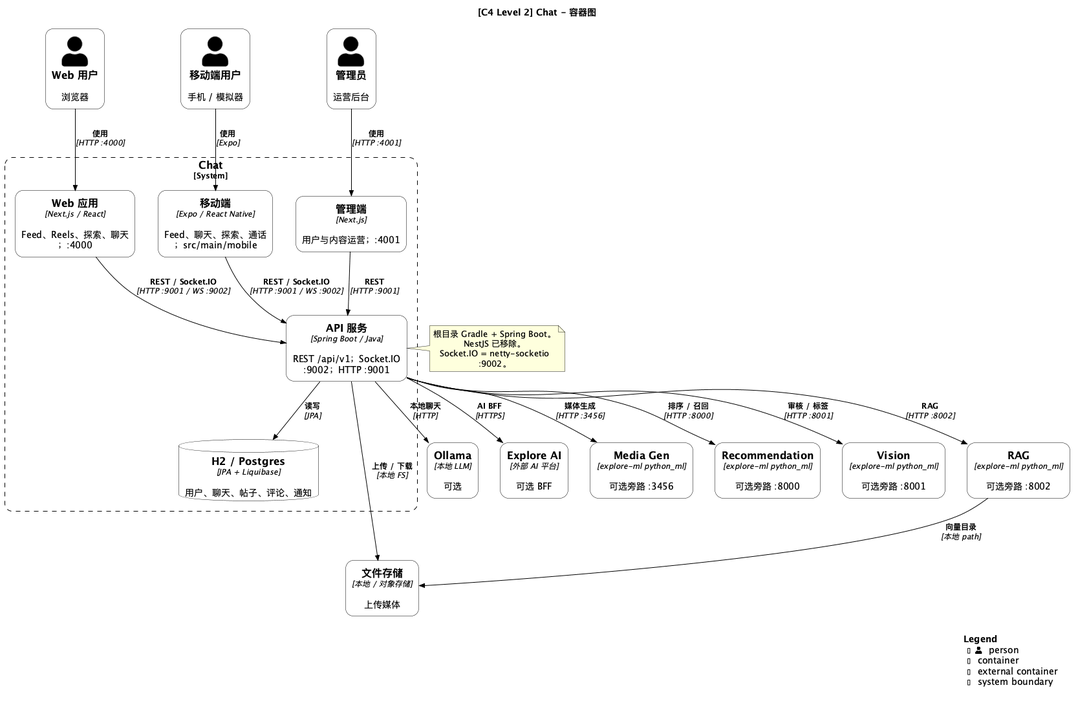
Before: docs/developer/c4-model/png/C2-Container.png, a diagram exported from PlantUML (felixzhu97/explore-chat).
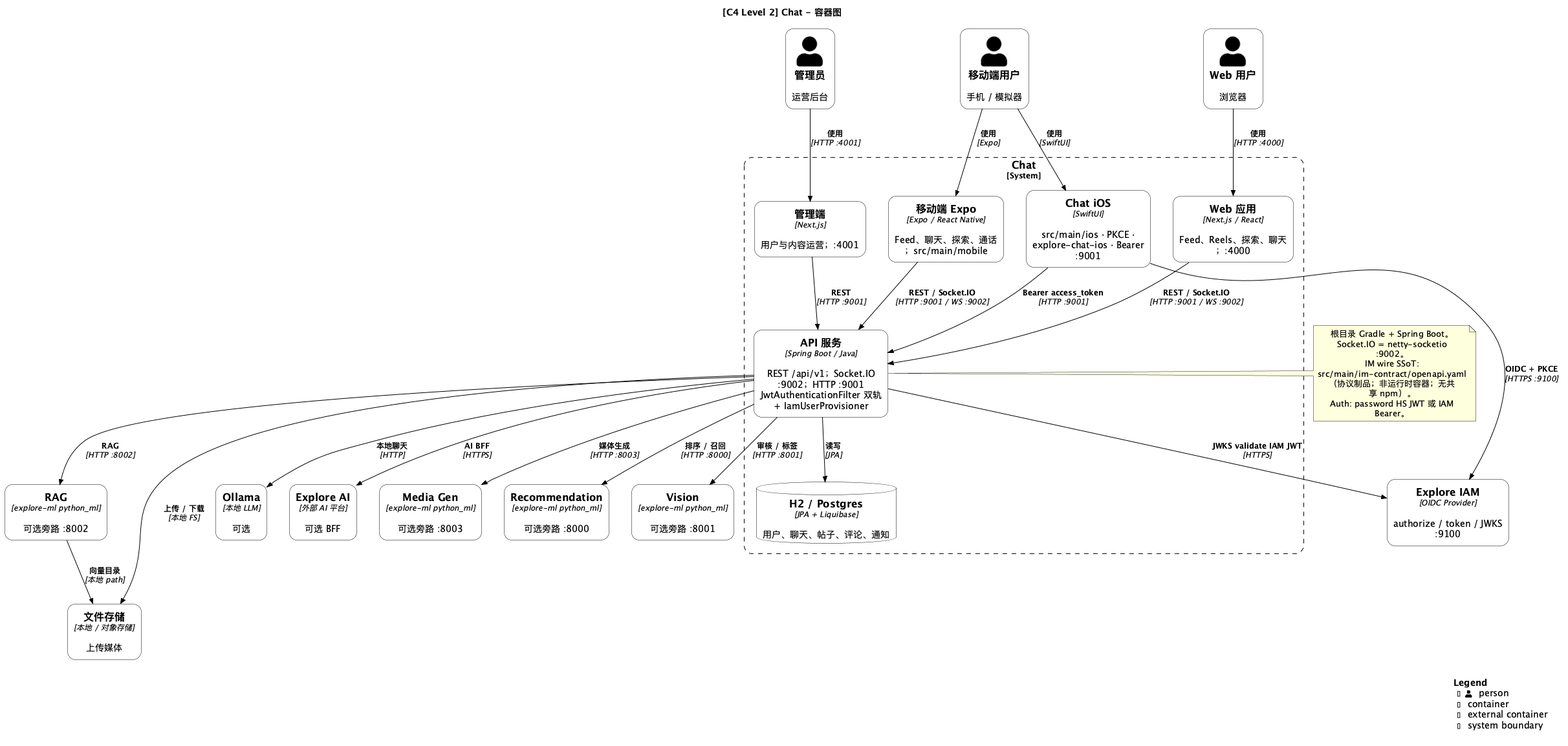
The same diagram one commit later.

Diff of the diagram source:
```diff
@@ -25,28 +25,34 @@
 System_Boundary(chat, "Chat") {
   Container(web_app, "Web 应用", "Next.js / React", "Feed、Reels、探索、聊天；:4000")
   Container(admin_app, "管理端", "Next.js", "用户与内容运营；:4001")
-  Container(mobile_app, "移动端", "Expo / React Native", "Feed、聊天、探索、通话；src/main/mobile")
-  Container(api_server, "API 服务", "Spring Boot / Java", "REST /api/v1；Socket.IO :9002；HTTP :9001")
+  Container(mobile_app, "移动端 Expo", "Expo / React Native", "Feed、聊天、探索、通话；src/main/mobile")
+  Container(ios_app, "Chat iOS", "SwiftUI", "src/main/ios · PKCE · explore-chat-ios · Bearer :9001")
+  Container(api_server, "API 服务", "Spring Boot / Java", "REST /api/v1；Socket.IO :9002；HTTP :9001\nJwtAuthenticationFilter 双轨 + IamUserProvisioner")
   ContainerDb(h2db, "H2 / Postgres", "JPA + Liquibase", "用户、聊天、帖子、评论、通知")
 }
 
+Container_Ext(explore_iam, "Explore IAM", "OIDC Provider", "authorize / token / JWKS :9100")
 Container_Ext(file_storage, "文件存储", "本地 / 对象存储", "上传媒体")
 Container_Ext(ollama, "Ollama", "本地 LLM", "可选")
 Container_Ext(explore_ai, "Explore AI", "外部 AI 平台", "可选 BFF")
-Container_Ext(media_gen, "Media Gen", "explore-ml python_ml", "可选旁路 :3456")
+Container_Ext(media_gen, "Media Gen", "explore-ml python_ml", "可选旁路 :8003")
 Container_Ext(recommendation_svc, "Recommendation", "explore-ml python_ml", "可选旁路 :8000")
 Container_Ext(vision_svc, "Vision", "explore-ml python_ml", "可选旁路 :8001")
 Container_Ext(rag_svc, "RAG", "explore-ml python_ml", "可选旁路 :8002")
 
 Rel(user_web, web_app, "使用", "HTTP :4000")
 Rel(user_mobile, mobile_app, "使用", "Expo")
+Rel(user_mobile, ios_app, "使用", "SwiftUI")
 Rel(admin_user, admin_app, "使用", "HTTP :4001")
 Rel(web_app, api_server, "REST / Socket.IO", "HTTP :9001 / WS :9002")
 Rel(mobile_app, api_server, "REST / Socket.IO", "HTTP :9001 / WS :9002")
+Rel(ios_app, explore_iam, "OIDC + PKCE", "HTTPS :9100")
+Rel(ios_app, api_server, "Bearer access_token", "HTTP :9001")
+Rel(api_server, explore_iam, "JWKS validate IAM JWT", "HTTPS")
 Rel(admin_app, api_server, "REST", "HTTP :9001")
 Rel(api_server, h2db, "读写", "JPA")
 Rel(api_server, file_storage, "上传 / 下载", "本地 FS")
-Rel(api_server, media_gen, "媒体生成", "HTTP :3456")
+Rel(api_server, media_gen, "媒体生成", "HTTP :8003")
 Rel(api_server, vision_svc, "审核 / 标签", "HTTP :8001")
 Rel(api_server, recommendation_svc, "排序 / 召回", "HTTP :8000")
 Rel(api_server, rag_svc, "RAG", "HTTP :8002")
@@ -56,8 +62,10 @@
 
 note right of api_server
   根目录 Gradle + Spring Boot。
-  NestJS 已移除。
   Socket.IO = netty-socketio :9002。
+  IM wire SSoT: src/main/im-contract/openapi.yaml
+  （协议制品；非运行时容器；无共享 npm）。
+  Auth: password HS JWT 或 IAM Bearer。
 end note
 
 SHOW_LEGEND()
```
